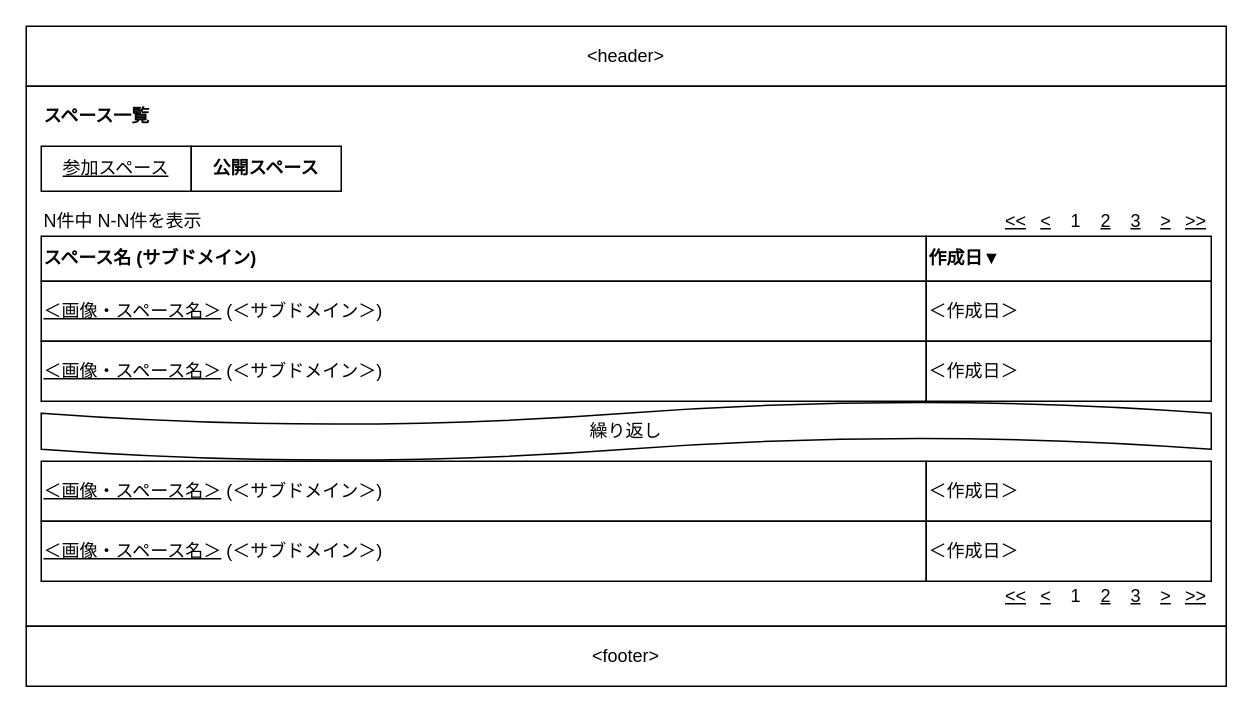
Earlier version of the draw.io diagram 設計/画面設計/公開スペース一覧.drawio (nightonlypj/rails-app-origin). Source tidied: cells renumbered, new cells numbered last; positions are measured from the earlier drawing's top-left corner, leaving out a move shared by most shapes. Both pictures are drawn from the tidied source at 150%, with x=0, y=0 at pixel (26, 26).
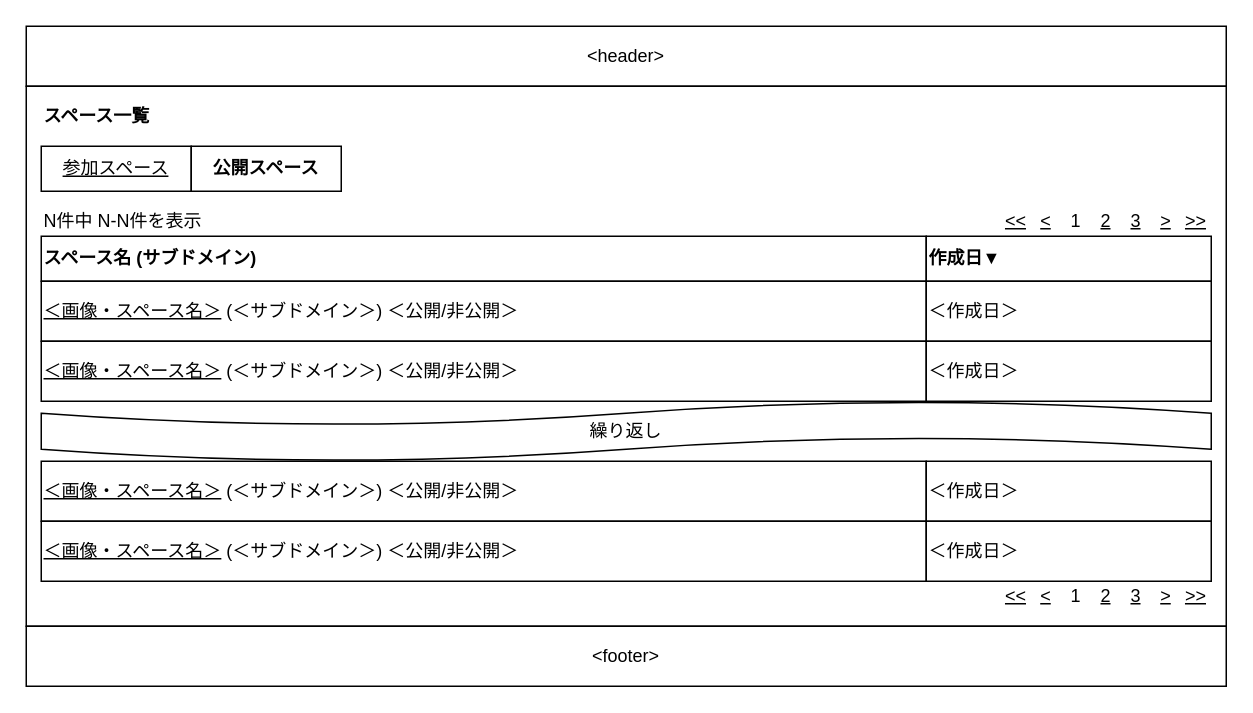
After the change.

Change to the diagram source:
```diff
@@
-    <mxCell id="25" value="&lt;u&gt;＜画像・スペース名＞&lt;/u&gt; (＜サブドメイン＞)" style="rounded=0;whiteSpace=wrap;html=1;align=left;" parent="1" vertex="1">
+    <mxCell id="25" value="&lt;u&gt;＜画像・スペース名＞&lt;/u&gt; (＜サブドメイン＞)&amp;nbsp;＜公開/非公開＞" style="rounded=0;whiteSpace=wrap;html=1;align=left;" parent="1" vertex="1">
       <mxGeometry x="10" y="170" width="590" height="40" as="geometry" />
     </mxCell>
@@
-    <mxCell id="28" value="&lt;u&gt;＜画像・スペース名＞&lt;/u&gt;&amp;nbsp;(＜サブドメイン＞)" style="rounded=0;whiteSpace=wrap;html=1;align=left;" parent="1" vertex="1">
+    <mxCell id="28" value="&lt;u&gt;＜画像・スペース名＞&lt;/u&gt;&amp;nbsp;(＜サブドメイン＞)&amp;nbsp;＜公開/非公開＞" style="rounded=0;whiteSpace=wrap;html=1;align=left;" parent="1" vertex="1">
       <mxGeometry x="10" y="210" width="590" height="40" as="geometry" />
     </mxCell>
@@
-    <mxCell id="30" value="&lt;u&gt;＜画像・スペース名＞&lt;/u&gt;&amp;nbsp;(＜サブドメイン＞)" style="rounded=0;whiteSpace=wrap;html=1;align=left;" parent="1" vertex="1">
+    <mxCell id="30" value="&lt;u&gt;＜画像・スペース名＞&lt;/u&gt;&amp;nbsp;(＜サブドメイン＞)&amp;nbsp;＜公開/非公開＞" style="rounded=0;whiteSpace=wrap;html=1;align=left;" parent="1" vertex="1">
       <mxGeometry x="10" y="290" width="590" height="40" as="geometry" />
     </mxCell>
@@
-    <mxCell id="32" value="&lt;u&gt;＜画像・スペース名＞&lt;/u&gt;&amp;nbsp;(＜サブドメイン＞)" style="rounded=0;whiteSpace=wrap;html=1;align=left;" parent="1" vertex="1">
+    <mxCell id="32" value="&lt;u&gt;＜画像・スペース名＞&lt;/u&gt;&amp;nbsp;(＜サブドメイン＞)&amp;nbsp;＜公開/非公開＞" style="rounded=0;whiteSpace=wrap;html=1;align=left;" parent="1" vertex="1">
       <mxGeometry x="10" y="330" width="590" height="40" as="geometry" />
     </mxCell>
```
